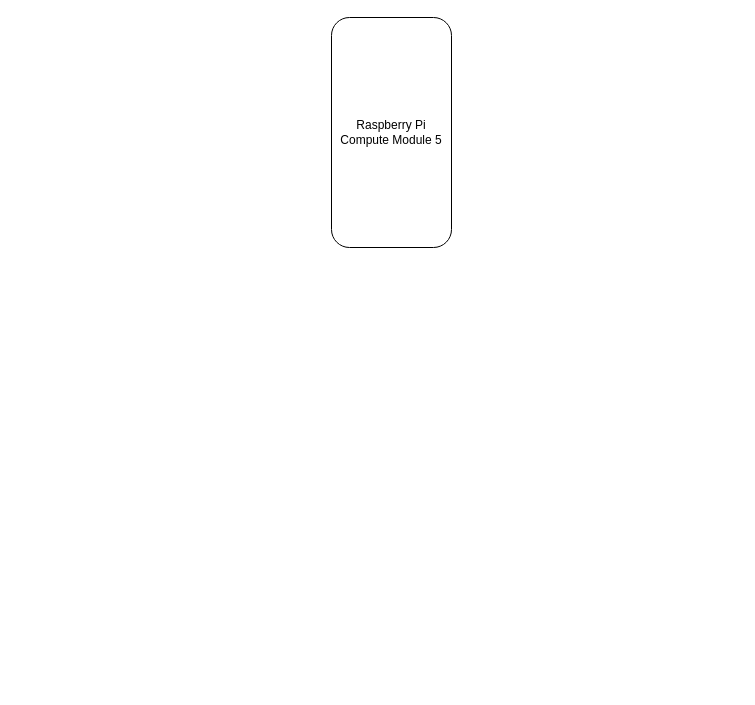
This is circuits/CM5 Modules.drawio from makerforgetech/modular-biped, a draw.io file, before an edit. Source tidied: cells renumbered, new cells numbered last; positions are measured from the earlier drawing's top-left corner, leaving out a move shared by most shapes. Both pictures are drawn from the tidied source at 100%, with x=0, y=0 at pixel (331, 17).
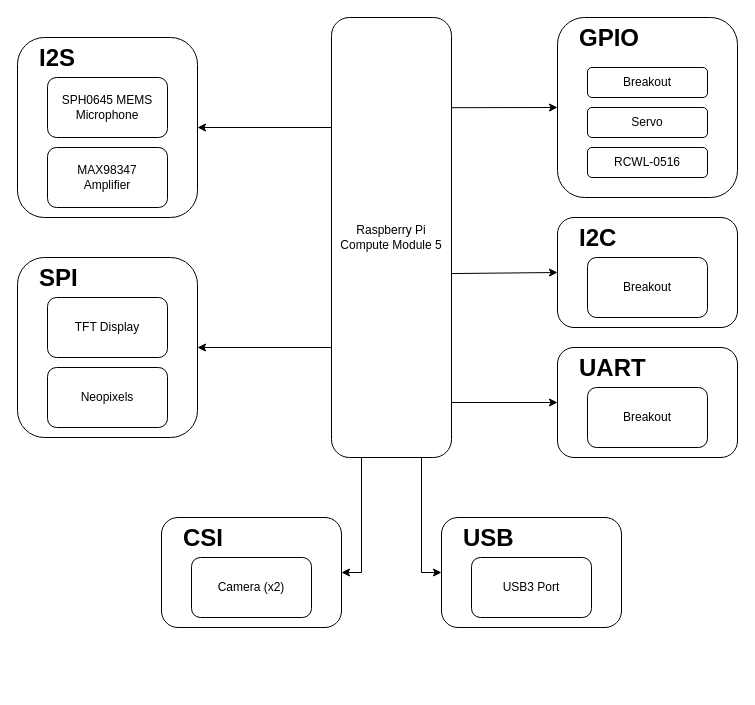
Above is the later version.

The edit, as a diff of the source:
```diff
@@
+    <mxCell id="3" style="rounded=0;jettySize=auto;html=1;exitX=0;exitY=0.25;exitDx=0;exitDy=0;entryX=1;entryY=0.5;entryDx=0;entryDy=0;" parent="1" edge="1" source="2" target="26">
+      <mxGeometry relative="1" as="geometry" />
+    </mxCell>
+    <mxCell id="4" style="rounded=0;jettySize=auto;html=1;exitX=0;exitY=0.75;exitDx=0;exitDy=0;entryX=1;entryY=0.5;entryDx=0;entryDy=0;" parent="1" edge="1" source="2" target="21">
+      <mxGeometry relative="1" as="geometry" />
+    </mxCell>
+    <mxCell id="5" style="rounded=0;jettySize=auto;html=1;exitX=1;exitY=0.205;exitDx=0;exitDy=0;entryX=0;entryY=0.5;entryDx=0;entryDy=0;exitPerimeter=0;" parent="1" edge="1" source="2" target="10">
+      <mxGeometry relative="1" as="geometry" />
+    </mxCell>
+    <mxCell id="6" style="rounded=0;jettySize=auto;html=1;exitX=0.983;exitY=0.582;exitDx=0;exitDy=0;entryX=0;entryY=0.5;entryDx=0;entryDy=0;exitPerimeter=0;" parent="1" edge="1" source="2" target="14">
+      <mxGeometry relative="1" as="geometry" />
+    </mxCell>
+    <mxCell id="7" style="rounded=0;jettySize=auto;html=1;exitX=1;exitY=0.875;exitDx=0;exitDy=0;entryX=0;entryY=0.5;entryDx=0;entryDy=0;exitPerimeter=0;" parent="1" edge="1" source="2" target="17">
+      <mxGeometry relative="1" as="geometry" />
+    </mxCell>
+    <mxCell id="8" style="edgeStyle=orthogonalEdgeStyle;rounded=0;jettySize=auto;html=1;exitX=0.25;exitY=1;exitDx=0;exitDy=0;entryX=1;entryY=0.5;entryDx=0;entryDy=0;" parent="1" edge="1" source="2" target="31">
+      <mxGeometry relative="1" as="geometry" />
+    </mxCell>
+    <mxCell id="9" style="edgeStyle=orthogonalEdgeStyle;rounded=0;jettySize=auto;html=1;exitX=0.75;exitY=1;exitDx=0;exitDy=0;entryX=0;entryY=0.5;entryDx=0;entryDy=0;" parent="1" edge="1" source="2" target="34">
+      <mxGeometry relative="1" as="geometry" />
+    </mxCell>
     <mxCell id="2" value="Raspberry Pi&lt;br&gt;Compute Module 5" style="rounded=1;whiteSpace=wrap;html=1;" parent="1" vertex="1">
-      <mxGeometry width="120" height="230" as="geometry" />
+      <mxGeometry width="120" height="440" as="geometry" />
     </mxCell>
+    <mxCell id="10" style="rounded=1;whiteSpace=wrap;html=1;" parent="1" vertex="1">
+      <mxGeometry x="226" width="180" height="180" as="geometry" />
+    </mxCell>
+    <mxCell id="11" value="Breakout" style="rounded=1;whiteSpace=wrap;html=1;" parent="1" vertex="1">
+      <mxGeometry x="256" y="50" width="120" height="30" as="geometry" />
+    </mxCell>
+    <mxCell id="12" value="RCWL-0516" style="rounded=1;whiteSpace=wrap;html=1;" parent="1" vertex="1">
+      <mxGeometry x="256" y="130" width="120" height="30" as="geometry" />
+    </mxCell>
+    <mxCell id="13" value="&lt;h1 style=&quot;margin-top: 0px;&quot;&gt;&lt;span style=&quot;background-color: initial;&quot;&gt;GPIO&lt;/span&gt;&lt;/h1&gt;" style="text;html=1;whiteSpace=wrap;overflow=hidden;rounded=0;" parent="1" vertex="1">
+      <mxGeometry x="246" width="70" height="40" as="geometry" />
+    </mxCell>
+    <mxCell id="14" style="rounded=1;whiteSpace=wrap;html=1;" parent="1" vertex="1">
+      <mxGeometry x="226" y="200" width="180" height="110" as="geometry" />
+    </mxCell>
+    <mxCell id="15" value="Breakout" style="rounded=1;whiteSpace=wrap;html=1;" parent="1" vertex="1">
+      <mxGeometry x="256" y="240" width="120" height="60" as="geometry" />
+    </mxCell>
+    <mxCell id="16" value="&lt;h1 style=&quot;margin-top: 0px;&quot;&gt;&lt;span style=&quot;background-color: initial;&quot;&gt;I2C&lt;/span&gt;&lt;/h1&gt;" style="text;html=1;whiteSpace=wrap;overflow=hidden;rounded=0;" parent="1" vertex="1">
+      <mxGeometry x="246" y="200" width="70" height="40" as="geometry" />
+    </mxCell>
+    <mxCell id="17" style="rounded=1;whiteSpace=wrap;html=1;" parent="1" vertex="1">
+      <mxGeometry x="226" y="330" width="180" height="110" as="geometry" />
+    </mxCell>
+    <mxCell id="18" value="Breakout" style="rounded=1;whiteSpace=wrap;html=1;" parent="1" vertex="1">
+      <mxGeometry x="256" y="370" width="120" height="60" as="geometry" />
+    </mxCell>
+    <mxCell id="19" value="&lt;h1 style=&quot;margin-top: 0px;&quot;&gt;&lt;span style=&quot;background-color: initial;&quot;&gt;UART&lt;/span&gt;&lt;/h1&gt;" style="text;html=1;whiteSpace=wrap;overflow=hidden;rounded=0;" parent="1" vertex="1">
+      <mxGeometry x="246" y="330" width="70" height="40" as="geometry" />
+    </mxCell>
+    <mxCell id="20" style="group;" parent="1" vertex="1">
+      <mxGeometry x="-314" y="240" width="180" height="180" as="geometry" />
+    </mxCell>
+    <mxCell id="21" style="rounded=1;whiteSpace=wrap;html=1;" parent="20" vertex="1">
+      <mxGeometry width="180" height="180" as="geometry" />
+    </mxCell>
+    <mxCell id="22" value="TFT Display" style="rounded=1;whiteSpace=wrap;html=1;" parent="20" vertex="1">
+      <mxGeometry x="30" y="40" width="120" height="60" as="geometry" />
+    </mxCell>
+    <mxCell id="23" value="Neopixels" style="rounded=1;whiteSpace=wrap;html=1;" parent="20" vertex="1">
+      <mxGeometry x="30" y="110" width="120" height="60" as="geometry" />
+    </mxCell>
+    <mxCell id="24" value="&lt;h1 style=&quot;margin-top: 0px;&quot;&gt;&lt;span style=&quot;background-color: initial;&quot;&gt;SPI&lt;/span&gt;&lt;/h1&gt;" style="text;html=1;whiteSpace=wrap;overflow=hidden;rounded=0;" parent="20" vertex="1">
+      <mxGeometry x="20" width="50" height="40" as="geometry" />
+    </mxCell>
+    <mxCell id="25" style="group;" parent="1" vertex="1">
+      <mxGeometry x="-314" y="20" width="180" height="180" as="geometry" />
+    </mxCell>
+    <mxCell id="26" style="rounded=1;whiteSpace=wrap;html=1;" parent="25" vertex="1">
+      <mxGeometry width="180" height="180" as="geometry" />
+    </mxCell>
+    <mxCell id="27" value="SPH0645 MEMS&lt;br&gt;Microphone" style="rounded=1;whiteSpace=wrap;html=1;" parent="25" vertex="1">
+      <mxGeometry x="30" y="40" width="120" height="60" as="geometry" />
+    </mxCell>
+    <mxCell id="28" value="MAX98347&lt;br&gt;Amplifier" style="rounded=1;whiteSpace=wrap;html=1;" parent="25" vertex="1">
+      <mxGeometry x="30" y="110" width="120" height="60" as="geometry" />
+    </mxCell>
+    <mxCell id="29" value="&lt;h1 style=&quot;margin-top: 0px;&quot;&gt;&lt;span style=&quot;background-color: initial;&quot;&gt;I2S&lt;/span&gt;&lt;/h1&gt;" style="text;html=1;whiteSpace=wrap;overflow=hidden;rounded=0;" parent="25" vertex="1">
+      <mxGeometry x="20" width="50" height="40" as="geometry" />
+    </mxCell>
+    <mxCell id="30" style="group;" parent="1" vertex="1">
+      <mxGeometry x="-214" y="490" width="180" height="180" as="geometry" />
+    </mxCell>
+    <mxCell id="31" style="rounded=1;whiteSpace=wrap;html=1;" parent="30" vertex="1">
+      <mxGeometry x="44" y="10" width="180" height="110" as="geometry" />
+    </mxCell>
+    <mxCell id="32" value="Camera (x2)" style="rounded=1;whiteSpace=wrap;html=1;" parent="30" vertex="1">
+      <mxGeometry x="74" y="50" width="120" height="60" as="geometry" />
+    </mxCell>
+    <mxCell id="33" value="&lt;h1 style=&quot;margin-top: 0px;&quot;&gt;&lt;span style=&quot;background-color: initial;&quot;&gt;CSI&lt;/span&gt;&lt;/h1&gt;" style="text;html=1;whiteSpace=wrap;overflow=hidden;rounded=0;" parent="30" vertex="1">
+      <mxGeometry x="64" y="10" width="50" height="40" as="geometry" />
+    </mxCell>
+    <mxCell id="34" style="rounded=1;whiteSpace=wrap;html=1;" parent="1" vertex="1">
+      <mxGeometry x="110" y="500" width="180" height="110" as="geometry" />
+    </mxCell>
+    <mxCell id="35" value="USB3 Port" style="rounded=1;whiteSpace=wrap;html=1;" parent="1" vertex="1">
+      <mxGeometry x="140" y="540" width="120" height="60" as="geometry" />
+    </mxCell>
+    <mxCell id="36" value="&lt;h1 style=&quot;margin-top: 0px;&quot;&gt;&lt;span style=&quot;background-color: initial;&quot;&gt;USB&lt;/span&gt;&lt;/h1&gt;" style="text;html=1;whiteSpace=wrap;overflow=hidden;rounded=0;" parent="1" vertex="1">
+      <mxGeometry x="130" y="500" width="66" height="40" as="geometry" />
+    </mxCell>
+    <mxCell id="37" value="Servo" style="rounded=1;whiteSpace=wrap;html=1;" parent="1" vertex="1">
+      <mxGeometry x="256" y="90" width="120" height="30" as="geometry" />
+    </mxCell>
```
